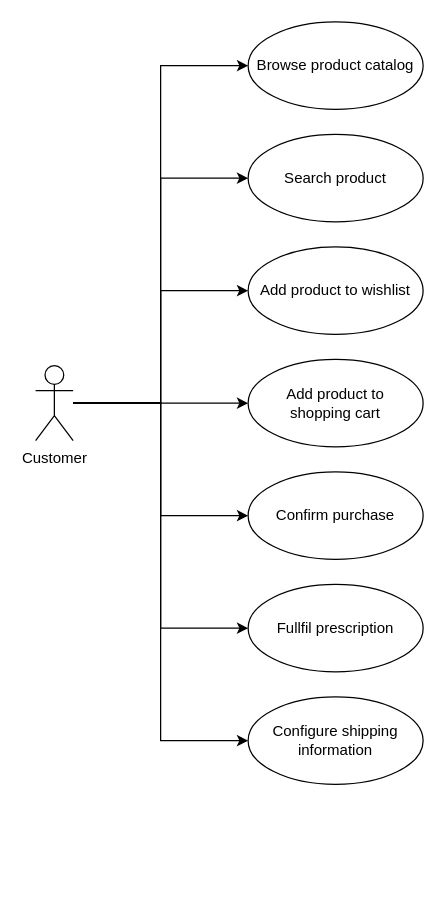
Earlier version of the draw.io diagram page "UseCases" (2 of 4) of ServiceIdentification/Diagrams/DIagrams.drawio (jpscardoso97/pharmacity-ecommerce). Source tidied: cells renumbered, new cells numbered last; positions are measured from the earlier drawing's top-left corner, leaving out a move shared by most shapes. Both pictures are drawn from the tidied source at 125%, with x=0, y=0 at pixel (35, 21).
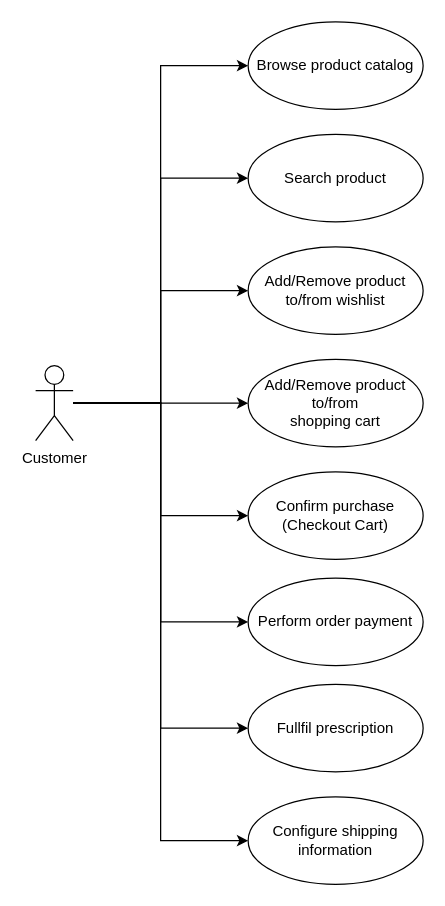
After the change.

Change to the diagram source:
```diff
@@
-    <mxCell id="12" value="Add product to wishlist" style="ellipse;whiteSpace=wrap;html=1;" parent="1" vertex="1">
+    <mxCell id="12" value="Add/Remove product to/from wishlist" style="ellipse;whiteSpace=wrap;html=1;" parent="1" vertex="1">
       <mxGeometry x="170" y="180" width="140" height="70" as="geometry" />
     </mxCell>
-    <mxCell id="13" value="Add product to &lt;br&gt;shopping cart" style="ellipse;whiteSpace=wrap;html=1;" parent="1" vertex="1">
+    <mxCell id="13" value="Add/Remove product to/from&lt;br&gt;shopping cart" style="ellipse;whiteSpace=wrap;html=1;" parent="1" vertex="1">
       <mxGeometry x="170" y="270" width="140" height="70" as="geometry" />
     </mxCell>
     <mxCell id="14" value="Fullfil prescription" style="ellipse;whiteSpace=wrap;html=1;" parent="1" vertex="1">
-      <mxGeometry x="170" y="450" width="140" height="70" as="geometry" />
+      <mxGeometry x="170" y="530" width="140" height="70" as="geometry" />
     </mxCell>
     <mxCell id="15" value="Configure shipping information" style="ellipse;whiteSpace=wrap;html=1;" parent="1" vertex="1">
-      <mxGeometry x="170" y="540" width="140" height="70" as="geometry" />
+      <mxGeometry x="170" y="620" width="140" height="70" as="geometry" />
     </mxCell>
-    <mxCell id="16" value="Confirm purchase" style="ellipse;whiteSpace=wrap;html=1;" parent="1" vertex="1">
+    <mxCell id="16" value="Confirm purchase (Checkout Cart)" style="ellipse;whiteSpace=wrap;html=1;" parent="1" vertex="1">
       <mxGeometry x="170" y="360" width="140" height="70" as="geometry" />
     </mxCell>
+    <mxCell id="17" style="edgeStyle=orthogonalEdgeStyle;rounded=0;jettySize=auto;html=1;entryX=0;entryY=0.5;entryDx=0;entryDy=0;" parent="1" edge="1" target="18">
+      <mxGeometry relative="1" as="geometry">
+        <mxPoint x="30" y="305" as="sourcePoint" />
+        <Array as="points">
+          <mxPoint x="100" y="305" />
+          <mxPoint x="100" y="480" />
+        </Array>
+      </mxGeometry>
+    </mxCell>
+    <mxCell id="18" value="Perform order payment" style="ellipse;whiteSpace=wrap;html=1;" parent="1" vertex="1">
+      <mxGeometry x="170" y="445" width="140" height="70" as="geometry" />
+    </mxCell>
```
